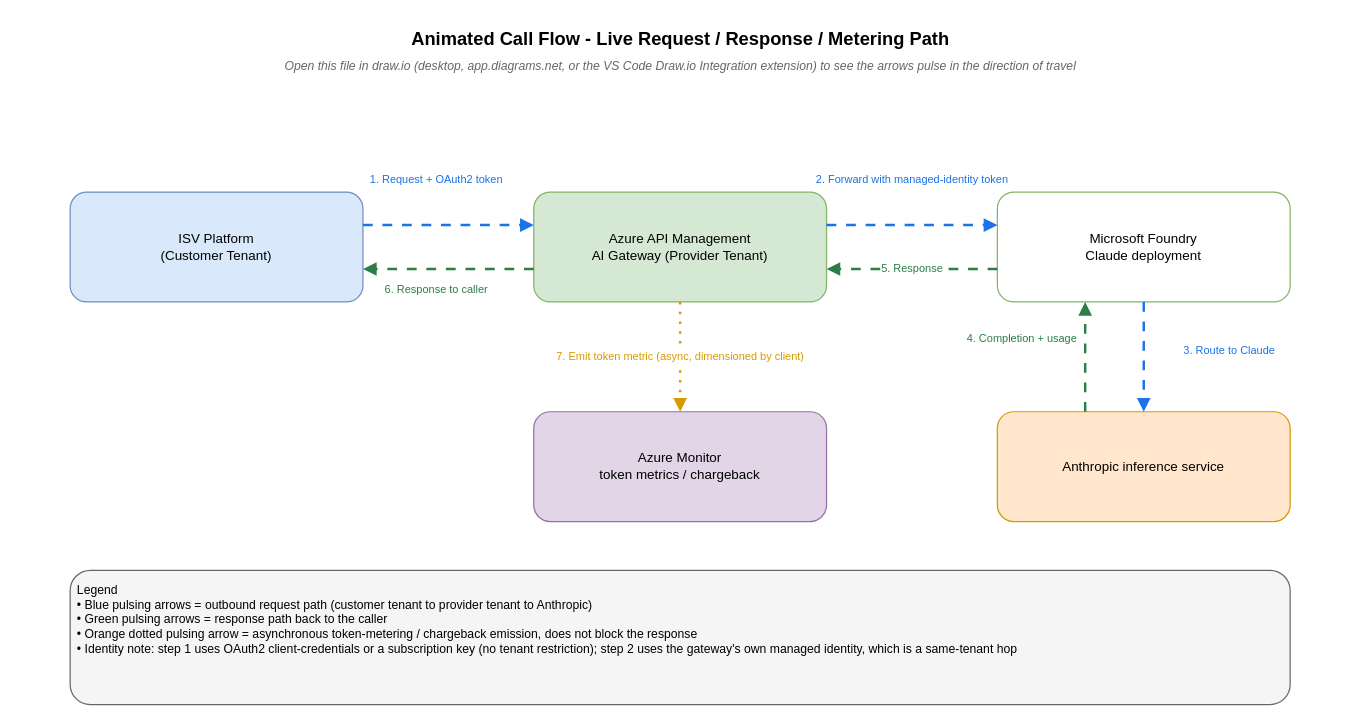
The draw.io diagram diagrams/06-animated-call-flow.drawio in shaleen-wonder-ent/Cross-Tenant-AI-Gateway, before the edit. Source tidied: cells renumbered, new cells numbered last; positions are measured from the earlier drawing's top-left corner, leaving out a move shared by most shapes. Both pictures are drawn from the tidied source at 122%, with x=0, y=0 at pixel (21, 21).
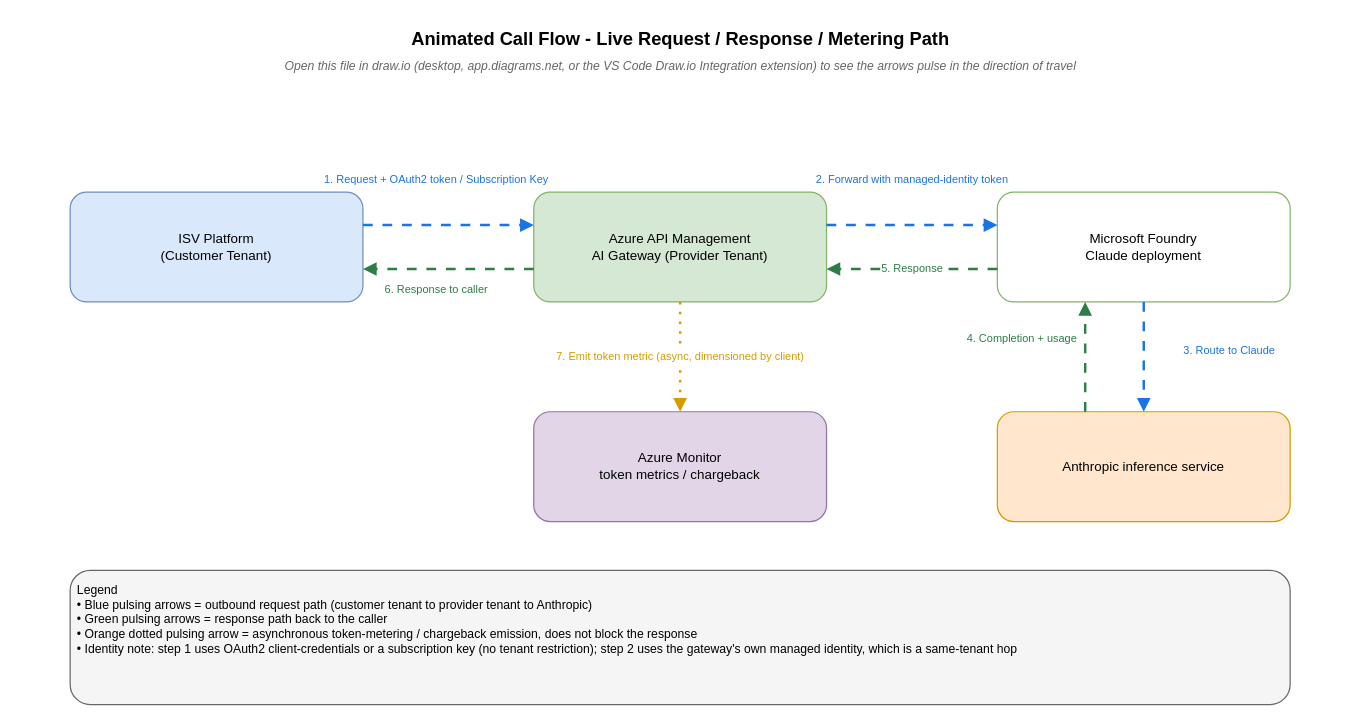
After the change.

Commit message:
Clarify animated diagram: front door accepts OAuth2 token or subscription key

Diff of the diagram source:
```diff
@@
 <mxGraphModel>
   <root>
     <mxCell id="0" />
     <mxCell id="1" parent="0" />
     <mxCell id="2" value="Animated Call Flow - Live Request / Response / Metering Path" style="text;html=1;align=center;verticalAlign=middle;fontSize=15;fontStyle=1;fillColor=none;strokeColor=none;" parent="1" vertex="1">
       <mxGeometry width="1080" height="28" as="geometry" />
     </mxCell>
     <mxCell id="3" value="Open this file in draw.io (desktop, app.diagrams.net, or the VS Code Draw.io Integration extension) to see the arrows pulse in the direction of travel" style="text;html=1;align=center;verticalAlign=middle;fontSize=10;fontStyle=2;fontColor=#666666;fillColor=none;strokeColor=none;" parent="1" vertex="1">
       <mxGeometry y="26" width="1080" height="20" as="geometry" />
     </mxCell>
     <mxCell id="4" value="ISV Platform&lt;br&gt;(Customer Tenant)" style="rounded=1;whiteSpace=wrap;html=1;align=center;verticalAlign=middle;fontSize=11;fillColor=#dae8fc;strokeColor=#6c8ebf;" parent="1" vertex="1">
       <mxGeometry x="40" y="140" width="240" height="90" as="geometry" />
     </mxCell>
     <mxCell id="5" value="Azure API Management&lt;br&gt;AI Gateway (Provider Tenant)" style="rounded=1;whiteSpace=wrap;html=1;align=center;verticalAlign=middle;fontSize=11;fillColor=#d5e8d4;strokeColor=#82b366;" parent="1" vertex="1">
       <mxGeometry x="420" y="140" width="240" height="90" as="geometry" />
     </mxCell>
     <mxCell id="6" value="Microsoft Foundry&lt;br&gt;Claude deployment" style="rounded=1;whiteSpace=wrap;html=1;align=center;verticalAlign=middle;fontSize=11;fillColor=#ffffff;strokeColor=#82b366;" parent="1" vertex="1">
       <mxGeometry x="800" y="140" width="240" height="90" as="geometry" />
     </mxCell>
     <mxCell id="7" value="Anthropic inference service" style="rounded=1;whiteSpace=wrap;html=1;align=center;verticalAlign=middle;fontSize=11;fillColor=#ffe6cc;strokeColor=#d79b00;" parent="1" vertex="1">
       <mxGeometry x="800" y="320" width="240" height="90" as="geometry" />
     </mxCell>
     <mxCell id="8" value="Azure Monitor&lt;br&gt;token metrics / chargeback" style="rounded=1;whiteSpace=wrap;html=1;align=center;verticalAlign=middle;fontSize=11;fillColor=#e1d5e7;strokeColor=#9673a6;" parent="1" vertex="1">
       <mxGeometry x="420" y="320" width="240" height="90" as="geometry" />
     </mxCell>
-    <mxCell id="9" value="1. Request + OAuth2 token" style="edgeStyle=orthogonalEdgeStyle;rounded=0;html=1;endArrow=block;dashed=1;dashPattern=4 4;flowAnimation=1;strokeColor=#1a73e8;strokeWidth=2;fontSize=9;fontColor=#1a73e8;exitX=1;exitY=0.3;entryX=0;entryY=0.3;" parent="1" edge="1" source="4" target="5">
+    <mxCell id="9" value="1. Request + OAuth2 token / Subscription Key" style="edgeStyle=orthogonalEdgeStyle;rounded=0;html=1;endArrow=block;dashed=1;dashPattern=4 4;flowAnimation=1;strokeColor=#1a73e8;strokeWidth=2;fontSize=9;fontColor=#1a73e8;exitX=1;exitY=0.3;entryX=0;entryY=0.3;" parent="1" edge="1" source="4" target="5">
       <mxGeometry x="-0.14" y="37" relative="1" as="geometry" />
     </mxCell>
     <mxCell id="10" value="2. Forward with managed-identity token" style="edgeStyle=orthogonalEdgeStyle;rounded=0;html=1;endArrow=block;dashed=1;dashPattern=4 4;flowAnimation=1;strokeColor=#1a73e8;strokeWidth=2;fontSize=9;fontColor=#1a73e8;exitX=1;exitY=0.3;entryX=0;entryY=0.3;" parent="1" edge="1" source="5" target="6">
       <mxGeometry y="37" relative="1" as="geometry" />
     </mxCell>
     <mxCell id="11" value="3. Route to Claude" style="edgeStyle=orthogonalEdgeStyle;rounded=0;html=1;endArrow=block;dashed=1;dashPattern=4 4;flowAnimation=1;strokeColor=#1a73e8;strokeWidth=2;fontSize=9;fontColor=#1a73e8;exitX=0.5;exitY=1;entryX=0.5;entryY=0;" parent="1" edge="1" source="6" target="7">
       <mxGeometry x="-0.11" y="70" relative="1" as="geometry" />
     </mxCell>
     <mxCell id="12" value="4. Completion + usage" style="edgeStyle=orthogonalEdgeStyle;rounded=0;html=1;endArrow=block;dashed=1;dashPattern=4 4;flowAnimation=1;strokeColor=#2d7d46;strokeWidth=2;fontSize=9;fontColor=#2d7d46;exitX=0.3;exitY=0;entryX=0.3;entryY=1;" parent="1" edge="1" source="7" target="6">
       <mxGeometry x="0.33" y="52" relative="1" as="geometry" />
     </mxCell>
     <mxCell id="13" value="5. Response" style="edgeStyle=orthogonalEdgeStyle;rounded=0;html=1;endArrow=block;dashed=1;dashPattern=4 4;flowAnimation=1;strokeColor=#2d7d46;strokeWidth=2;fontSize=9;fontColor=#2d7d46;exitX=0;exitY=0.7;entryX=1;entryY=0.7;" parent="1" edge="1" source="6" target="5">
       <mxGeometry relative="1" as="geometry" />
     </mxCell>
     <mxCell id="14" value="6. Response to caller" style="edgeStyle=orthogonalEdgeStyle;rounded=0;html=1;endArrow=block;dashed=1;dashPattern=4 4;flowAnimation=1;strokeColor=#2d7d46;strokeWidth=2;fontSize=9;fontColor=#2d7d46;exitX=0;exitY=0.7;entryX=1;entryY=0.7;" parent="1" edge="1" source="5" target="4">
       <mxGeometry x="0.14" y="17" relative="1" as="geometry" />
     </mxCell>
     <mxCell id="15" value="7. Emit token metric (async, dimensioned by client)" style="edgeStyle=orthogonalEdgeStyle;rounded=0;html=1;endArrow=block;dashed=1;dashPattern=1 3;flowAnimation=1;strokeColor=#d79b00;strokeWidth=2;fontSize=9;fontColor=#d79b00;exitX=0.5;exitY=1;entryX=0.5;entryY=0;" parent="1" edge="1" source="5" target="8">
       <mxGeometry relative="1" as="geometry" />
     </mxCell>
     <mxCell id="16" value="Legend&lt;br&gt;• Blue pulsing arrows = outbound request path (customer tenant to provider tenant to Anthropic)&lt;br&gt;• Green pulsing arrows = response path back to the caller&lt;br&gt;• Orange dotted pulsing arrow = asynchronous token-metering / chargeback emission, does not block the response&lt;br&gt;• Identity note: step 1 uses OAuth2 client-credentials or a subscription key (no tenant restriction); step 2 uses the gateway's own managed identity, which is a same-tenant hop" style="rounded=1;whiteSpace=wrap;html=1;align=left;verticalAlign=top;spacing=6;fontSize=10;fillColor=#f5f5f5;strokeColor=#666666;" parent="1" vertex="1">
       <mxGeometry x="40" y="450" width="1000" height="110" as="geometry" />
     </mxCell>
   </root>
 </mxGraphModel>
```
